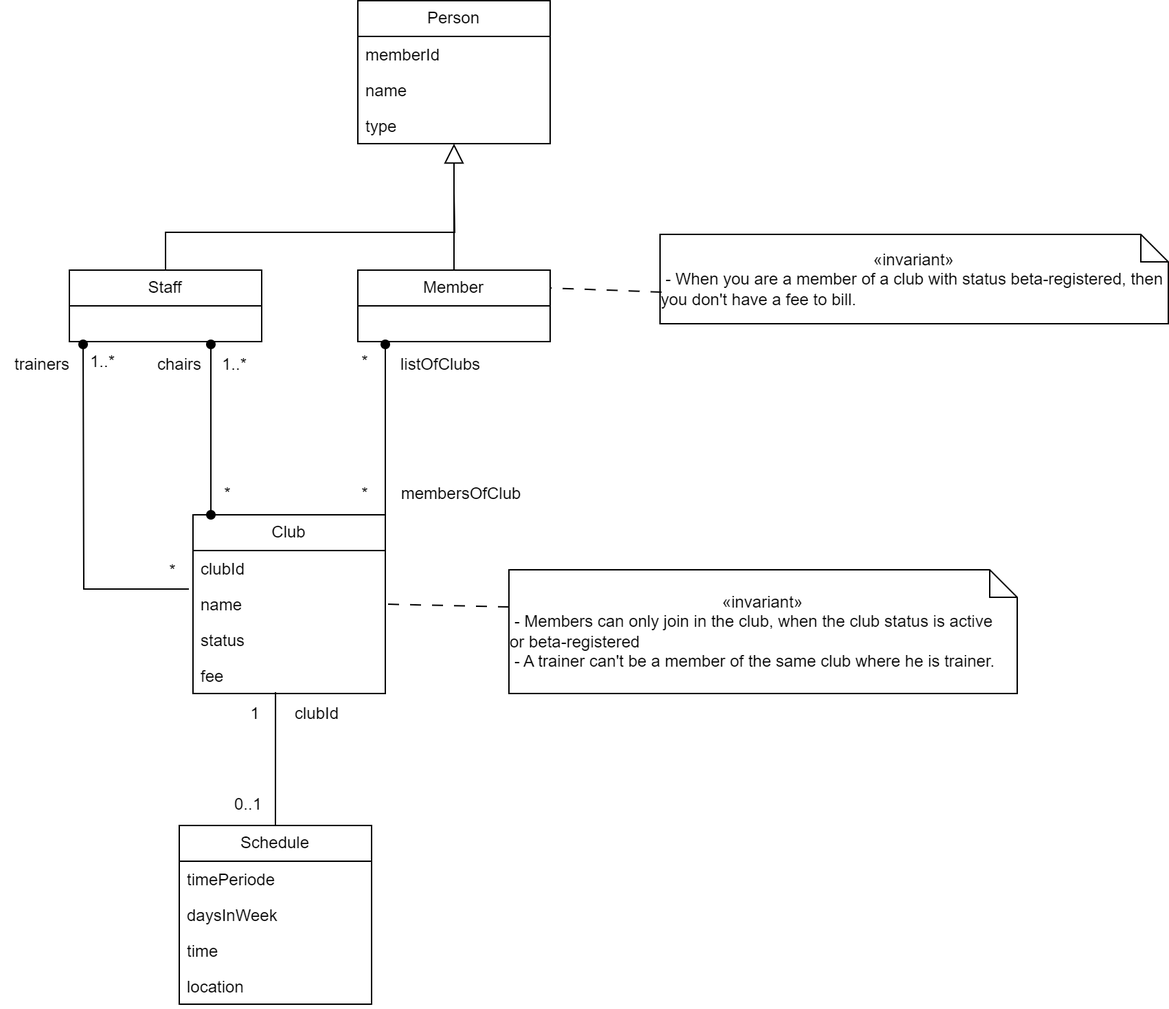
huda46/Assignment7 keeps this draw.io diagram as domain_information_model.png. Above is the earlier version. Source tidied: cells renumbered, new cells last; positions are measured from the earlier drawing's top-left corner, leaving out a move shared by most shapes.
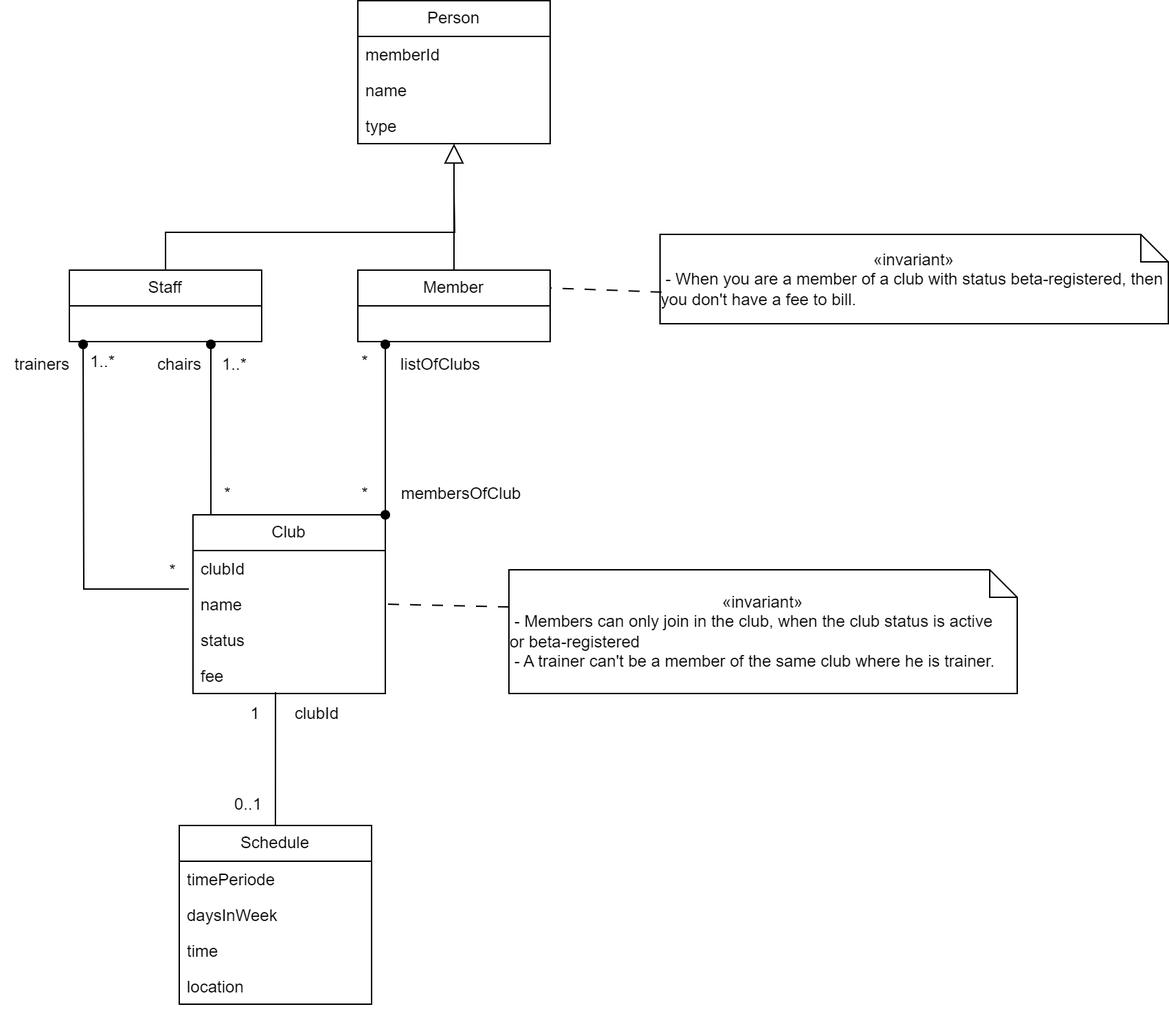
Later version of the same file.

Commit message:
changed the bidirectional line to the right class

Change to the diagram source:
```diff
@@ -38,7 +38,7 @@
     <mxCell id="13" value="location" style="text;strokeColor=none;fillColor=none;align=left;verticalAlign=top;spacingLeft=4;spacingRight=4;overflow=hidden;whiteSpace=wrap;html=1;" parent="9" vertex="1">
       <mxGeometry y="104" width="140" height="26" as="geometry" />
     </mxCell>
-    <mxCell id="14" style="endArrow=oval;html=1;rounded=0;entryX=0.093;entryY=0;entryDx=0;entryDy=0;endFill=1;startArrow=oval;startFill=1;entryPerimeter=0;" parent="1" edge="1" target="4">
+    <mxCell id="14" style="endArrow=none;html=1;rounded=0;entryX=0.093;entryY=0;entryDx=0;entryDy=0;endFill=0;startArrow=oval;startFill=1;entryPerimeter=0;" parent="1" edge="1" target="4">
       <mxGeometry relative="1" as="geometry">
         <mxPoint x="153" y="250" as="sourcePoint" />
       </mxGeometry>
@@ -52,7 +52,7 @@
     <mxCell id="17" value="*" style="text;html=1;align=center;verticalAlign=middle;strokeColor=none;fillColor=none;" parent="1" vertex="1">
       <mxGeometry x="250" y="344" width="30" height="30" as="geometry" />
     </mxCell>
-    <mxCell id="18" style="endArrow=none;html=1;rounded=0;entryX=1;entryY=0;entryDx=0;entryDy=0;startArrow=oval;startFill=1;" parent="1" edge="1" target="4">
+    <mxCell id="18" style="endArrow=oval;html=1;rounded=0;entryX=1;entryY=0;entryDx=0;entryDy=0;startArrow=oval;startFill=1;endFill=1;" parent="1" edge="1" target="4">
       <mxGeometry relative="1" as="geometry">
         <mxPoint x="280" y="250" as="sourcePoint" />
       </mxGeometry>
```
